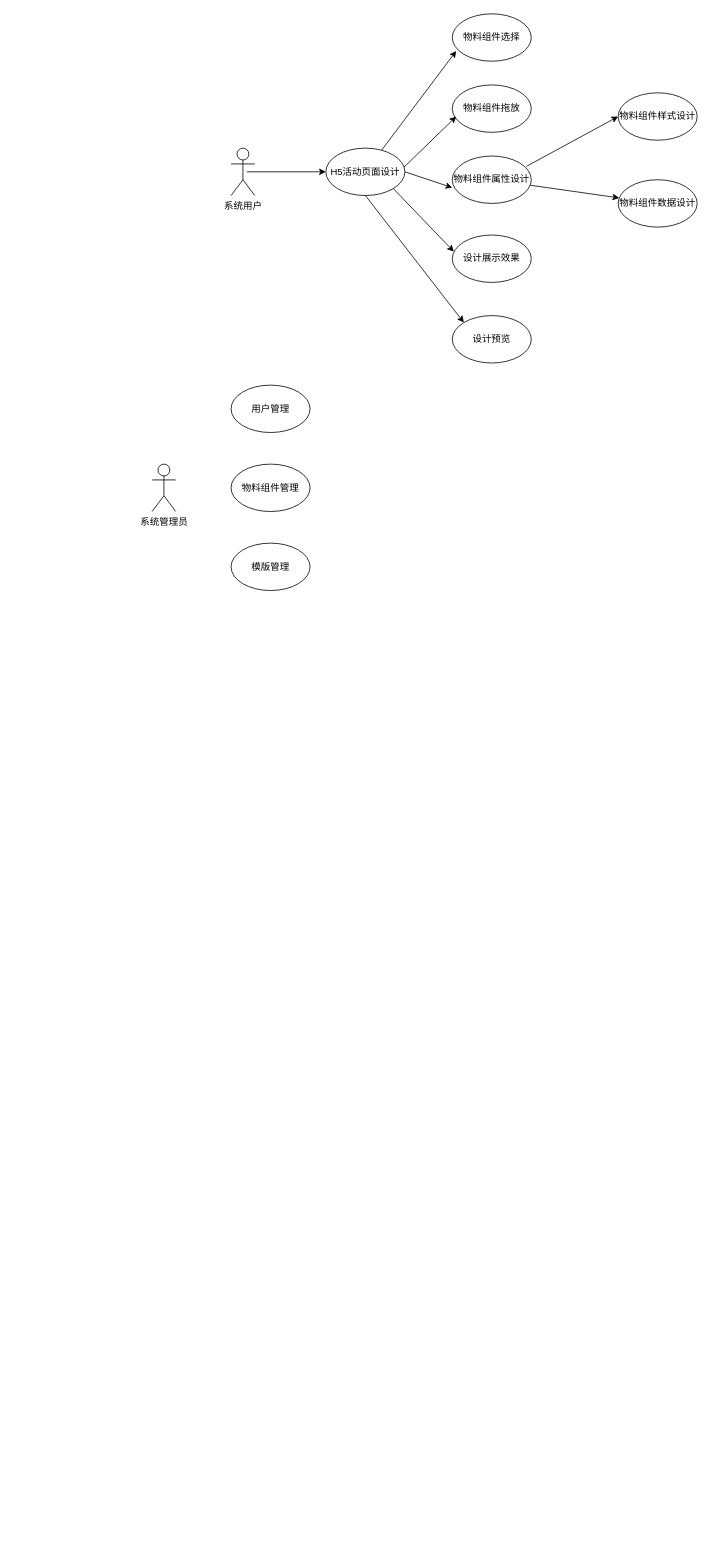
Above: 主体管理的用例图.drawio in yuxinyu12345/diagrams (draw.io), before the change. Source tidied: cells renumbered, new cells numbered last; positions are measured from the earlier drawing's top-left corner, leaving out a move shared by most shapes. Both pictures are drawn from the tidied source at 79%, with x=0, y=0 at pixel (152, 13).
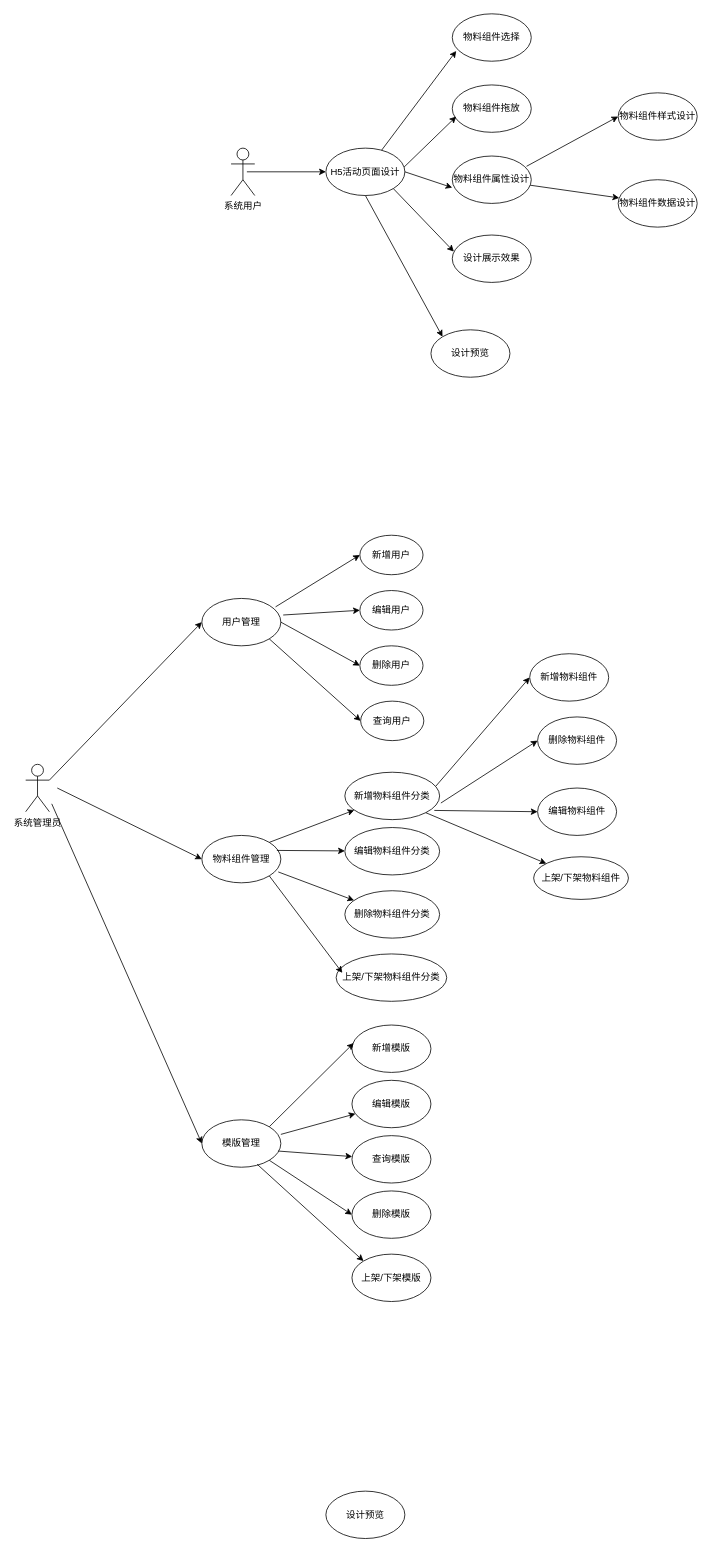
Above is the later version.

Commit message (it also covers changes not shown here):
更新主体管理的用例图.drawio

Diff of the diagram source:
```diff
@@
     <mxCell id="9" value="设计预览" style="ellipse;whiteSpace=wrap;html=1;" parent="1" vertex="1">
-      <mxGeometry x="380" y="382" width="100" height="60" as="geometry" />
+      <mxGeometry x="353" y="400" width="100" height="60" as="geometry" />
     </mxCell>
@@
     <mxCell id="19" value="系统管理员" style="shape=umlActor;verticalLabelPosition=bottom;verticalAlign=top;html=1;outlineConnect=0;" parent="1" vertex="1">
-      <mxGeometry y="570" width="30" height="60" as="geometry" />
+      <mxGeometry x="-160" y="950" width="30" height="60" as="geometry" />
     </mxCell>
     <mxCell id="20" value="用户管理" style="ellipse;whiteSpace=wrap;html=1;" parent="1" vertex="1">
-      <mxGeometry x="100" y="470" width="100" height="60" as="geometry" />
+      <mxGeometry x="63" y="740" width="100" height="60" as="geometry" />
     </mxCell>
     <mxCell id="21" value="物料组件管理" style="ellipse;whiteSpace=wrap;html=1;" parent="1" vertex="1">
-      <mxGeometry x="100" y="570" width="100" height="60" as="geometry" />
+      <mxGeometry x="63" y="1040" width="100" height="60" as="geometry" />
     </mxCell>
     <mxCell id="22" value="模版管理" style="ellipse;whiteSpace=wrap;html=1;" parent="1" vertex="1">
-      <mxGeometry x="100" y="670" width="100" height="60" as="geometry" />
+      <mxGeometry x="63" y="1400" width="100" height="60" as="geometry" />
     </mxCell>
+    <mxCell id="23" value="新增用户" style="ellipse;whiteSpace=wrap;html=1;" parent="1" vertex="1">
+      <mxGeometry x="263" y="660" width="80" height="50" as="geometry" />
+    </mxCell>
+    <mxCell id="24" value="编辑用户" style="ellipse;whiteSpace=wrap;html=1;" parent="1" vertex="1">
+      <mxGeometry x="263" y="730" width="80" height="50" as="geometry" />
+    </mxCell>
+    <mxCell id="25" value="删除用户" style="ellipse;whiteSpace=wrap;html=1;" parent="1" vertex="1">
+      <mxGeometry x="263" y="800" width="80" height="50" as="geometry" />
+    </mxCell>
+    <mxCell id="26" value="查询用户" style="ellipse;whiteSpace=wrap;html=1;" parent="1" vertex="1">
+      <mxGeometry x="264" y="870" width="80" height="50" as="geometry" />
+    </mxCell>
+    <mxCell id="27" value="新增物料组件分类" style="ellipse;whiteSpace=wrap;html=1;" parent="1" vertex="1">
+      <mxGeometry x="244" y="960" width="120" height="60" as="geometry" />
+    </mxCell>
+    <mxCell id="28" value="编辑物料组件分类" style="ellipse;whiteSpace=wrap;html=1;" parent="1" vertex="1">
+      <mxGeometry x="244" y="1030" width="120" height="60" as="geometry" />
+    </mxCell>
+    <mxCell id="29" value="删除物料组件分类" style="ellipse;whiteSpace=wrap;html=1;" parent="1" vertex="1">
+      <mxGeometry x="244" y="1110" width="120" height="60" as="geometry" />
+    </mxCell>
+    <mxCell id="30" value="上架/下架物料组件分类" style="ellipse;whiteSpace=wrap;html=1;" parent="1" vertex="1">
+      <mxGeometry x="233" y="1190" width="140" height="60" as="geometry" />
+    </mxCell>
+    <mxCell id="31" value="新增物料组件" style="ellipse;whiteSpace=wrap;html=1;" parent="1" vertex="1">
+      <mxGeometry x="478" y="810" width="100" height="60" as="geometry" />
+    </mxCell>
+    <mxCell id="32" value="删除物料组件" style="ellipse;whiteSpace=wrap;html=1;" parent="1" vertex="1">
+      <mxGeometry x="488" y="890" width="100" height="60" as="geometry" />
+    </mxCell>
+    <mxCell id="33" style="endArrow=classic;html=1;rounded=0;exitX=0.96;exitY=0.294;exitDx=0;exitDy=0;exitPerimeter=0;entryX=0;entryY=0.5;entryDx=0;entryDy=0;" parent="1" edge="1" source="27" target="31">
+      <mxGeometry relative="1" as="geometry" />
+    </mxCell>
+    <mxCell id="34" style="endArrow=classic;html=1;rounded=0;exitX=1.013;exitY=0.65;exitDx=0;exitDy=0;entryX=0;entryY=0.5;entryDx=0;entryDy=0;exitPerimeter=0;" parent="1" edge="1" source="27" target="32">
+      <mxGeometry relative="1" as="geometry" />
+    </mxCell>
+    <mxCell id="35" value="编辑物料组件" style="ellipse;whiteSpace=wrap;html=1;" parent="1" vertex="1">
+      <mxGeometry x="488" y="980" width="100" height="60" as="geometry" />
+    </mxCell>
+    <mxCell id="36" value="上架/下架物料组件" style="ellipse;whiteSpace=wrap;html=1;" parent="1" vertex="1">
+      <mxGeometry x="483" y="1067" width="120" height="54" as="geometry" />
+    </mxCell>
+    <mxCell id="37" style="endArrow=classic;html=1;rounded=0;exitX=0.944;exitY=0.806;exitDx=0;exitDy=0;entryX=0;entryY=0.5;entryDx=0;entryDy=0;exitPerimeter=0;" parent="1" edge="1" source="27" target="35">
+      <mxGeometry relative="1" as="geometry" />
+    </mxCell>
+    <mxCell id="38" style="endArrow=classic;html=1;rounded=0;exitX=1;exitY=1;exitDx=0;exitDy=0;" parent="1" edge="1" source="27" target="36">
+      <mxGeometry relative="1" as="geometry" />
+    </mxCell>
+    <mxCell id="39" value="新增模版" style="ellipse;whiteSpace=wrap;html=1;" parent="1" vertex="1">
+      <mxGeometry x="253" y="1280" width="100" height="60" as="geometry" />
+    </mxCell>
+    <mxCell id="40" value="编辑模版" style="ellipse;whiteSpace=wrap;html=1;" parent="1" vertex="1">
+      <mxGeometry x="253" y="1350" width="100" height="60" as="geometry" />
+    </mxCell>
+    <mxCell id="41" value="上架/下架模版" style="ellipse;whiteSpace=wrap;html=1;" parent="1" vertex="1">
+      <mxGeometry x="253" y="1570" width="100" height="60" as="geometry" />
+    </mxCell>
+    <mxCell id="42" value="查询模版" style="ellipse;whiteSpace=wrap;html=1;" parent="1" vertex="1">
+      <mxGeometry x="253" y="1420" width="100" height="60" as="geometry" />
+    </mxCell>
+    <mxCell id="43" value="删除模版" style="ellipse;whiteSpace=wrap;html=1;" parent="1" vertex="1">
+      <mxGeometry x="253" y="1490" width="100" height="60" as="geometry" />
+    </mxCell>
+    <mxCell id="44" style="endArrow=classic;html=1;rounded=0;exitX=1;exitY=0.3333333333333333;exitDx=0;exitDy=0;exitPerimeter=0;entryX=0;entryY=0.5;entryDx=0;entryDy=0;" parent="1" edge="1" source="19" target="20">
+      <mxGeometry relative="1" as="geometry" />
+    </mxCell>
+    <mxCell id="45" style="endArrow=classic;html=1;rounded=0;exitX=1;exitY=0.3333333333333333;exitDx=0;exitDy=0;exitPerimeter=0;entryX=0;entryY=0.5;entryDx=0;entryDy=0;" parent="1" edge="1" target="21">
+      <mxGeometry relative="1" as="geometry">
+        <mxPoint x="-120" y="980" as="sourcePoint" />
+      </mxGeometry>
+    </mxCell>
+    <mxCell id="46" style="endArrow=classic;html=1;rounded=0;entryX=0;entryY=0.5;entryDx=0;entryDy=0;" parent="1" edge="1" target="22">
+      <mxGeometry relative="1" as="geometry">
+        <mxPoint x="-127" y="1000" as="sourcePoint" />
+      </mxGeometry>
+    </mxCell>
+    <mxCell id="47" style="endArrow=classic;html=1;rounded=0;exitX=0.933;exitY=0.178;exitDx=0;exitDy=0;exitPerimeter=0;entryX=0;entryY=0.5;entryDx=0;entryDy=0;" parent="1" edge="1" source="20" target="23">
+      <mxGeometry relative="1" as="geometry" />
+    </mxCell>
+    <mxCell id="48" style="endArrow=classic;html=1;rounded=0;exitX=0.933;exitY=0.178;exitDx=0;exitDy=0;exitPerimeter=0;entryX=0;entryY=0.5;entryDx=0;entryDy=0;" parent="1" edge="1" target="24">
+      <mxGeometry relative="1" as="geometry">
+        <mxPoint x="166" y="761" as="sourcePoint" />
+      </mxGeometry>
+    </mxCell>
+    <mxCell id="49" style="endArrow=classic;html=1;rounded=0;exitX=1;exitY=0.5;exitDx=0;exitDy=0;entryX=0;entryY=0.5;entryDx=0;entryDy=0;" parent="1" edge="1" source="20" target="25">
+      <mxGeometry relative="1" as="geometry" />
+    </mxCell>
+    <mxCell id="50" style="endArrow=classic;html=1;rounded=0;exitX=1;exitY=1;exitDx=0;exitDy=0;entryX=0;entryY=0.5;entryDx=0;entryDy=0;" parent="1" edge="1" source="20" target="26">
+      <mxGeometry relative="1" as="geometry" />
+    </mxCell>
+    <mxCell id="51" style="endArrow=classic;html=1;rounded=0;exitX=1;exitY=0;exitDx=0;exitDy=0;" parent="1" edge="1" source="21" target="27">
+      <mxGeometry relative="1" as="geometry" />
+    </mxCell>
+    <mxCell id="52" style="endArrow=classic;html=1;rounded=0;exitX=1;exitY=0;exitDx=0;exitDy=0;" parent="1" edge="1" target="28">
+      <mxGeometry relative="1" as="geometry">
+        <mxPoint x="158" y="1059" as="sourcePoint" />
+      </mxGeometry>
+    </mxCell>
+    <mxCell id="53" style="endArrow=classic;html=1;rounded=0;exitX=0.967;exitY=0.77;exitDx=0;exitDy=0;exitPerimeter=0;" parent="1" edge="1" source="21" target="29">
+      <mxGeometry relative="1" as="geometry" />
+    </mxCell>
+    <mxCell id="54" style="endArrow=classic;html=1;rounded=0;exitX=1;exitY=1;exitDx=0;exitDy=0;entryX=0.056;entryY=0.4;entryDx=0;entryDy=0;entryPerimeter=0;" parent="1" edge="1" source="21" target="30">
+      <mxGeometry relative="1" as="geometry" />
+    </mxCell>
+    <mxCell id="55" style="endArrow=classic;html=1;rounded=0;exitX=1;exitY=0;exitDx=0;exitDy=0;entryX=0.022;entryY=0.381;entryDx=0;entryDy=0;entryPerimeter=0;" parent="1" edge="1" source="22" target="39">
+      <mxGeometry relative="1" as="geometry" />
+    </mxCell>
+    <mxCell id="56" style="endArrow=classic;html=1;rounded=0;exitX=1;exitY=0.307;exitDx=0;exitDy=0;exitPerimeter=0;" parent="1" edge="1" source="22" target="40">
+      <mxGeometry relative="1" as="geometry" />
+    </mxCell>
+    <mxCell id="57" style="endArrow=classic;html=1;rounded=0;exitX=0.967;exitY=0.659;exitDx=0;exitDy=0;exitPerimeter=0;" parent="1" edge="1" source="22" target="42">
+      <mxGeometry relative="1" as="geometry" />
+    </mxCell>
+    <mxCell id="58" style="endArrow=classic;html=1;rounded=0;exitX=1;exitY=1;exitDx=0;exitDy=0;entryX=0;entryY=0.5;entryDx=0;entryDy=0;" parent="1" edge="1" source="22" target="43">
+      <mxGeometry relative="1" as="geometry" />
+    </mxCell>
+    <mxCell id="59" style="endArrow=classic;html=1;rounded=0;exitX=0.7;exitY=0.937;exitDx=0;exitDy=0;exitPerimeter=0;entryX=0;entryY=0;entryDx=0;entryDy=0;" parent="1" edge="1" source="22" target="41">
+      <mxGeometry relative="1" as="geometry" />
+    </mxCell>
+    <mxCell id="60" value="设计预览" style="ellipse;whiteSpace=wrap;html=1;" parent="1" vertex="1">
+      <mxGeometry x="220" y="1870" width="100" height="60" as="geometry" />
+    </mxCell>
```
